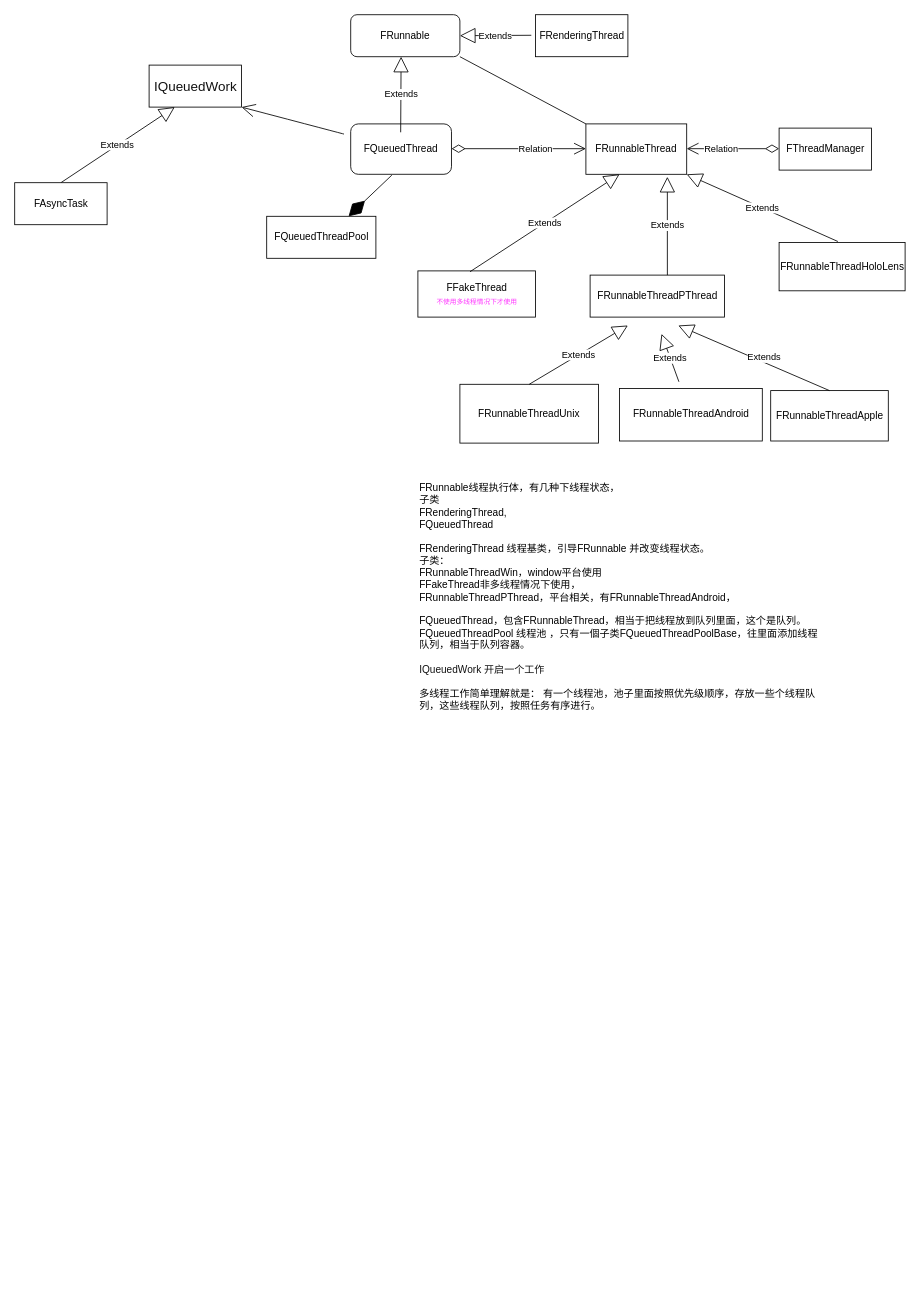
paridas0813/WebApp keeps this draw.io diagram as Untitled Diagram.drawio. Above is the earlier version. Source tidied: cells renumbered, new cells numbered last; positions are measured from the earlier drawing's top-left corner, leaving out a move shared by most shapes. Both pictures are drawn from the tidied source at 84%, with x=0, y=0 at pixel (14, 14).
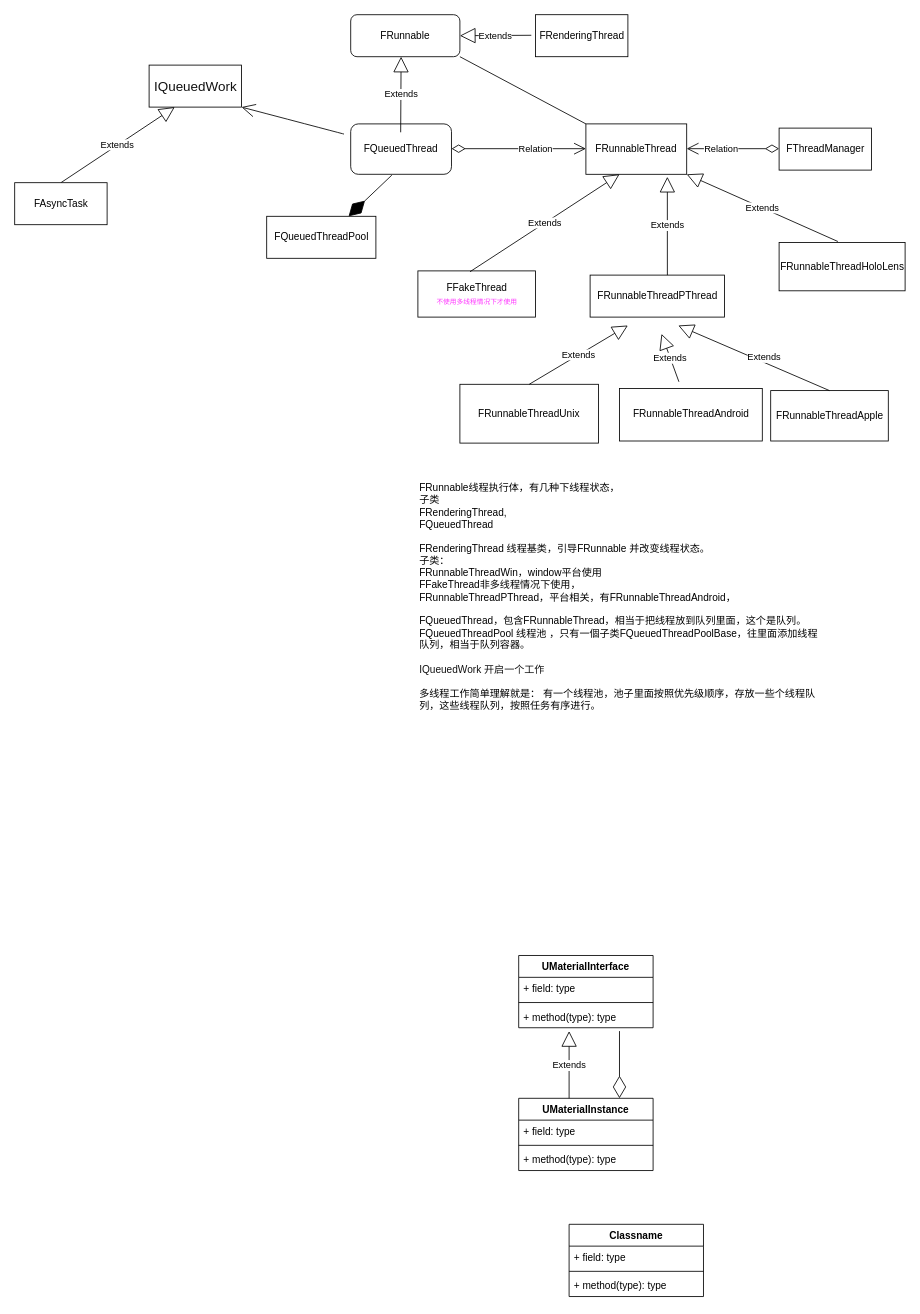
After the change.

Diff of the diagram source:
```diff
@@
+    <mxCell id="31" value="Extends" style="endArrow=block;endSize=16;endFill=0;html=1;sourcePerimeterSpacing=8;targetPerimeterSpacing=8;exitX=0.375;exitY=0.019;exitDx=0;exitDy=0;exitPerimeter=0;" parent="1" edge="1" source="32">
+      <mxGeometry relative="1" as="geometry">
+        <mxPoint x="660" y="1210" as="targetPoint" />
+      </mxGeometry>
+    </mxCell>
+    <mxCell id="32" value="UMaterialInstance" style="swimlane;fontStyle=1;align=center;verticalAlign=top;horizontal=1;startSize=26;hachureGap=4;" parent="1" vertex="1">
+      <mxGeometry x="600" y="1290" width="160" height="86" as="geometry" />
+    </mxCell>
+    <mxCell id="33" value="+ field: type" style="text;strokeColor=none;fillColor=none;align=left;verticalAlign=top;spacingLeft=4;spacingRight=4;overflow=hidden;" parent="32" vertex="1">
+      <mxGeometry y="26" width="160" height="26" as="geometry" />
+    </mxCell>
+    <mxCell id="34" style="line;strokeWidth=1;fillColor=none;align=left;verticalAlign=middle;spacingTop=-1;spacingLeft=3;spacingRight=3;labelPosition=right;" parent="32" vertex="1">
+      <mxGeometry y="52" width="160" height="8" as="geometry" />
+    </mxCell>
+    <mxCell id="35" value="+ method(type): type" style="text;strokeColor=none;fillColor=none;align=left;verticalAlign=top;spacingLeft=4;spacingRight=4;overflow=hidden;" parent="32" vertex="1">
+      <mxGeometry y="60" width="160" height="26" as="geometry" />
+    </mxCell>
+    <mxCell id="36" value="Classname" style="swimlane;fontStyle=1;align=center;verticalAlign=top;horizontal=1;startSize=26;hachureGap=4;" parent="1" vertex="1">
+      <mxGeometry x="660" y="1440" width="160" height="86" as="geometry" />
+    </mxCell>
+    <mxCell id="37" value="+ field: type" style="text;strokeColor=none;fillColor=none;align=left;verticalAlign=top;spacingLeft=4;spacingRight=4;overflow=hidden;" parent="36" vertex="1">
+      <mxGeometry y="26" width="160" height="26" as="geometry" />
+    </mxCell>
+    <mxCell id="38" style="line;strokeWidth=1;fillColor=none;align=left;verticalAlign=middle;spacingTop=-1;spacingLeft=3;spacingRight=3;labelPosition=right;" parent="36" vertex="1">
+      <mxGeometry y="52" width="160" height="8" as="geometry" />
+    </mxCell>
+    <mxCell id="39" value="+ method(type): type" style="text;strokeColor=none;fillColor=none;align=left;verticalAlign=top;spacingLeft=4;spacingRight=4;overflow=hidden;" parent="36" vertex="1">
+      <mxGeometry y="60" width="160" height="26" as="geometry" />
+    </mxCell>
+    <mxCell id="40" value="UMaterialInterface" style="swimlane;fontStyle=1;align=center;verticalAlign=top;horizontal=1;startSize=26;hachureGap=4;" parent="1" vertex="1">
+      <mxGeometry x="600" y="1120" width="160" height="86" as="geometry" />
+    </mxCell>
+    <mxCell id="41" value="+ field: type" style="text;strokeColor=none;fillColor=none;align=left;verticalAlign=top;spacingLeft=4;spacingRight=4;overflow=hidden;" parent="40" vertex="1">
+      <mxGeometry y="26" width="160" height="26" as="geometry" />
+    </mxCell>
+    <mxCell id="42" style="line;strokeWidth=1;fillColor=none;align=left;verticalAlign=middle;spacingTop=-1;spacingLeft=3;spacingRight=3;labelPosition=right;" parent="40" vertex="1">
+      <mxGeometry y="52" width="160" height="8" as="geometry" />
+    </mxCell>
+    <mxCell id="43" value="+ method(type): type" style="text;strokeColor=none;fillColor=none;align=left;verticalAlign=top;spacingLeft=4;spacingRight=4;overflow=hidden;" parent="40" vertex="1">
+      <mxGeometry y="60" width="160" height="26" as="geometry" />
+    </mxCell>
+    <mxCell id="44" style="endArrow=diamondThin;endFill=0;endSize=24;html=1;sourcePerimeterSpacing=8;targetPerimeterSpacing=8;entryX=0.75;entryY=0;entryDx=0;entryDy=0;" parent="1" edge="1" target="32">
+      <mxGeometry relative="1" as="geometry">
+        <mxPoint x="720" y="1210" as="sourcePoint" />
+      </mxGeometry>
+    </mxCell>
```
